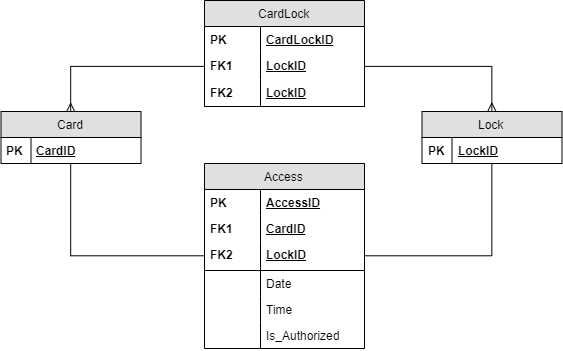
Earlier version of the draw.io export docs/chapters/images/schema.png (adapiekarska/centralized-lock-system). Source tidied: cells renumbered, new cells last; positions are measured from the earlier drawing's top-left corner, leaving out a move shared by most shapes.
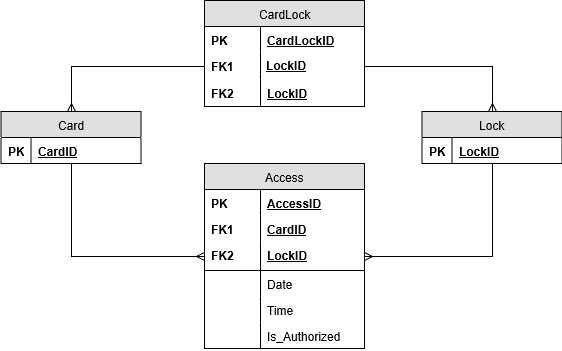
After the change.

Change to the diagram source:
```diff
@@ -44,10 +44,10 @@
     <mxCell id="15" value="PK" style="shape=partialRectangle;top=0;left=0;bottom=0;html=1;fillColor=none;align=left;verticalAlign=top;spacingLeft=4;spacingRight=4;whiteSpace=wrap;overflow=hidden;fontStyle=1;" parent="14" vertex="1">
       <mxGeometry width="30" height="26" as="geometry" />
     </mxCell>
-    <mxCell id="16" style="edgeStyle=orthogonalEdgeStyle;rounded=0;jettySize=auto;html=1;entryX=0.5;entryY=1;entryDx=0;entryDy=0;startArrow=none;startFill=0;endArrow=none;endFill=0;" parent="1" edge="1" source="18" target="3">
+    <mxCell id="16" style="edgeStyle=orthogonalEdgeStyle;rounded=0;jettySize=auto;html=1;entryX=0.5;entryY=1;entryDx=0;entryDy=0;startArrow=ERmany;startFill=0;endArrow=none;endFill=0;" parent="1" edge="1" source="18" target="3">
       <mxGeometry relative="1" as="geometry" />
     </mxCell>
-    <mxCell id="17" style="edgeStyle=orthogonalEdgeStyle;rounded=0;jettySize=auto;html=1;entryX=0.5;entryY=1;entryDx=0;entryDy=0;startArrow=none;startFill=0;endArrow=none;endFill=0;" parent="1" edge="1" source="18" target="13">
+    <mxCell id="17" style="edgeStyle=orthogonalEdgeStyle;rounded=0;jettySize=auto;html=1;entryX=0.5;entryY=1;entryDx=0;entryDy=0;startArrow=ERmany;startFill=0;endArrow=none;endFill=0;" parent="1" edge="1" source="18" target="13">
       <mxGeometry relative="1" as="geometry" />
     </mxCell>
     <mxCell id="18" value="Access" style="swimlane;html=1;fontStyle=0;horizontal=1;startSize=26;fillColor=#e0e0e0;swimlaneFillColor=#ffffff;" parent="1" vertex="1">
```
